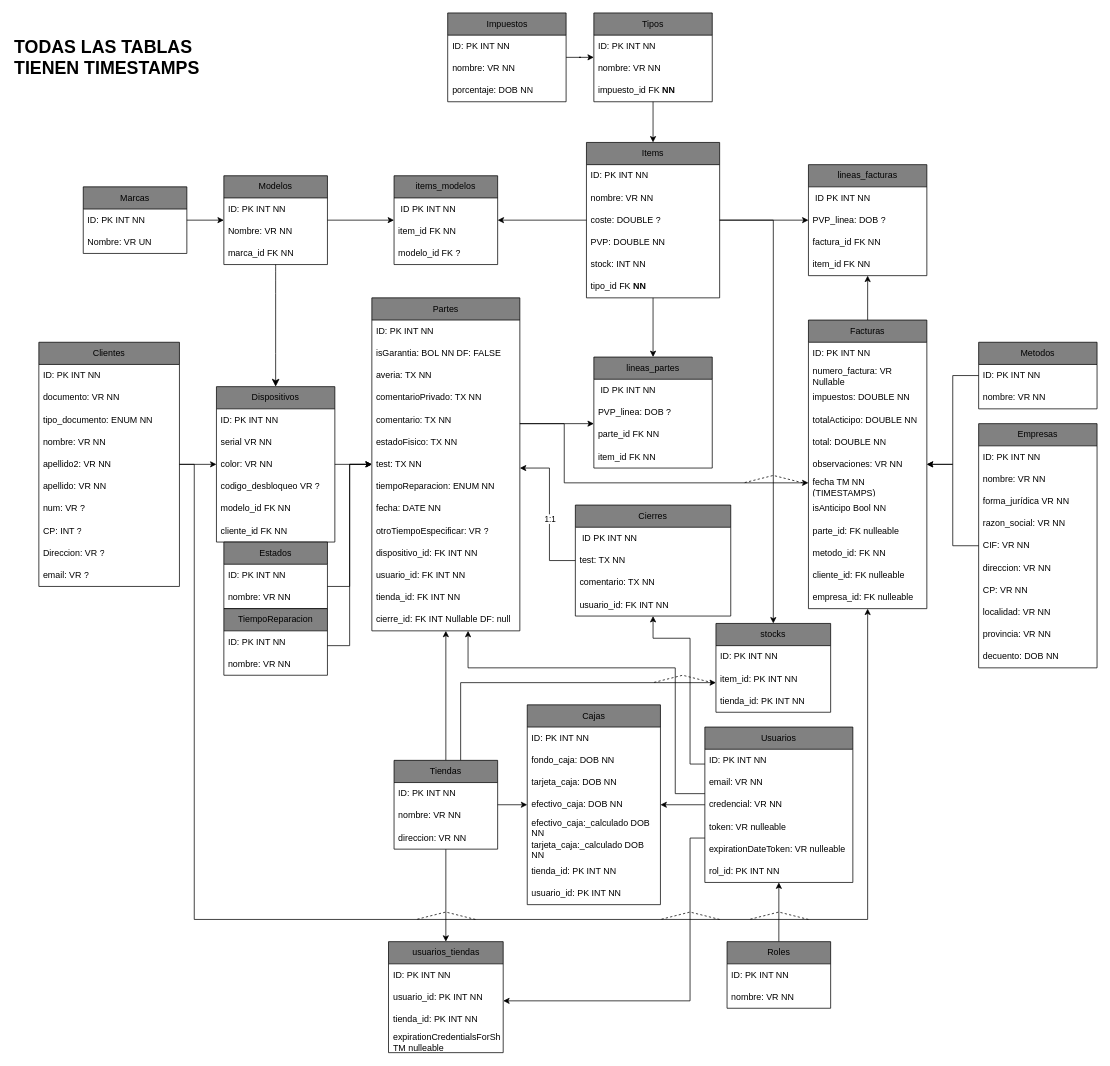
Earlier version of the draw.io diagram eRPair.drawio (ismaelrodcuenca/TFG). Source tidied: cells renumbered, new cells numbered last; positions are measured from the earlier drawing's top-left corner, leaving out a move shared by most shapes. Both pictures are drawn from the tidied source at 74%, with x=0, y=0 at pixel (13, 13).
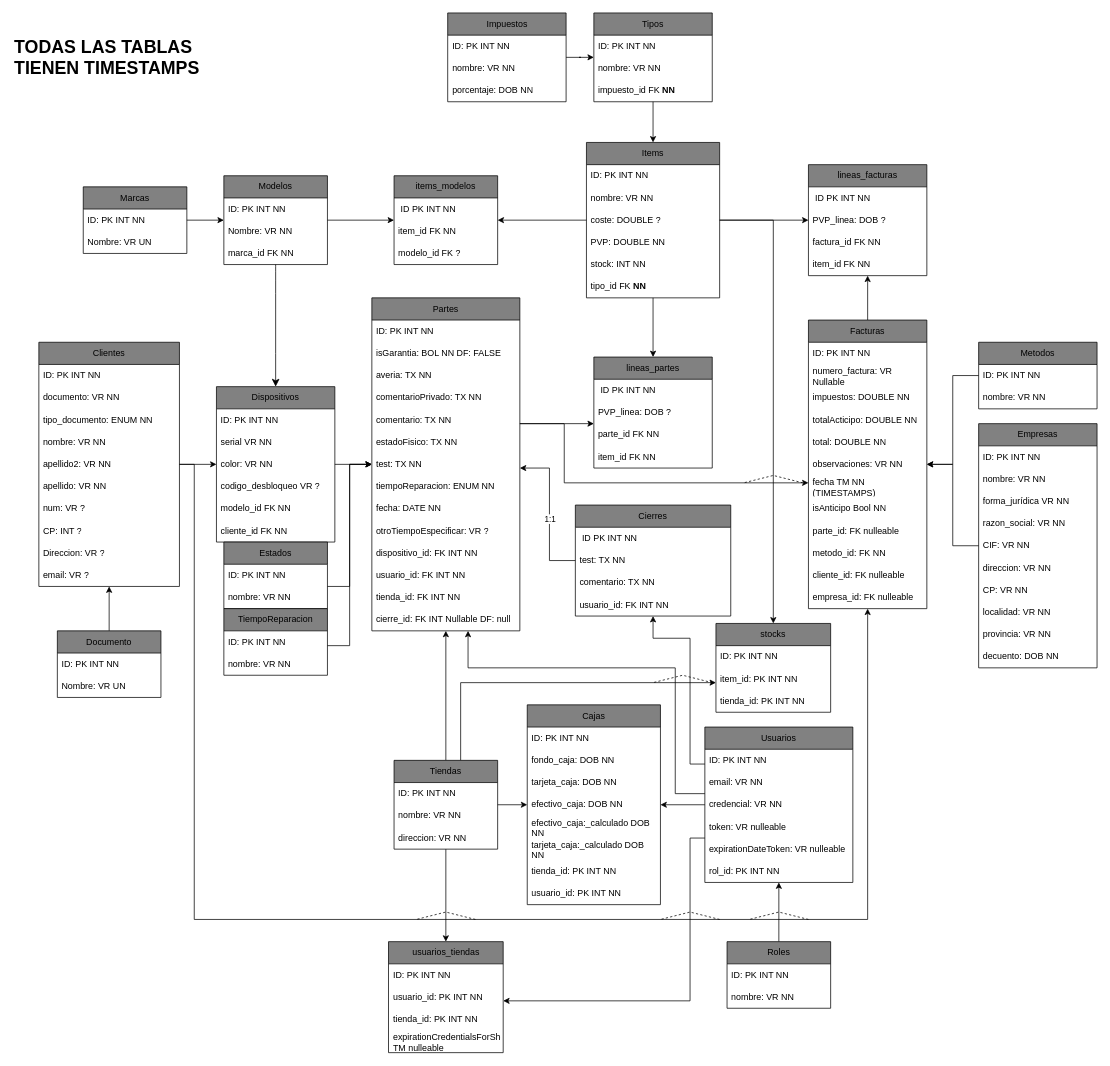
The same page after the edit.

Unchanged cells that the change refers to:
```xml
<mxCell id="4" value="Clientes" style="swimlane;fontStyle=0;horizontal=1;startSize=30;whiteSpace=wrap;html=1;fillColor=#818181;" parent="1" vertex="1">
  <mxGeometry x="35" y="445" width="190" height="330" as="geometry" />
</mxCell>
```

Diff of the diagram source:
```diff
@@
+    <mxCell id="178" style="edgeStyle=orthogonalEdgeStyle;rounded=0;jettySize=auto;html=1;" parent="1" edge="1" source="179" target="4">
+      <mxGeometry relative="1" as="geometry" />
+    </mxCell>
+    <mxCell id="179" value="Documento" style="swimlane;fontStyle=0;horizontal=1;startSize=30;whiteSpace=wrap;html=1;fillColor=#818181;" parent="1" vertex="1">
+      <mxGeometry x="60" y="835" width="140" height="90" as="geometry" />
+    </mxCell>
+    <mxCell id="180" value="ID: PK INT NN&lt;span style=&quot;background-color: transparent; color: light-dark(rgb(0, 0, 0), rgb(255, 255, 255));&quot;&gt;&amp;nbsp;&lt;/span&gt;" style="text;strokeColor=none;fillColor=none;align=left;verticalAlign=middle;spacingLeft=4;spacingRight=4;overflow=hidden;whiteSpace=wrap;html=1;" parent="179" vertex="1">
+      <mxGeometry y="30" width="140" height="30" as="geometry" />
+    </mxCell>
+    <mxCell id="181" value="Nombre: VR UN" style="text;strokeColor=none;fillColor=none;align=left;verticalAlign=middle;spacingLeft=4;spacingRight=4;overflow=hidden;whiteSpace=wrap;html=1;" parent="179" vertex="1">
+      <mxGeometry y="60" width="140" height="30" as="geometry" />
+    </mxCell>
```
